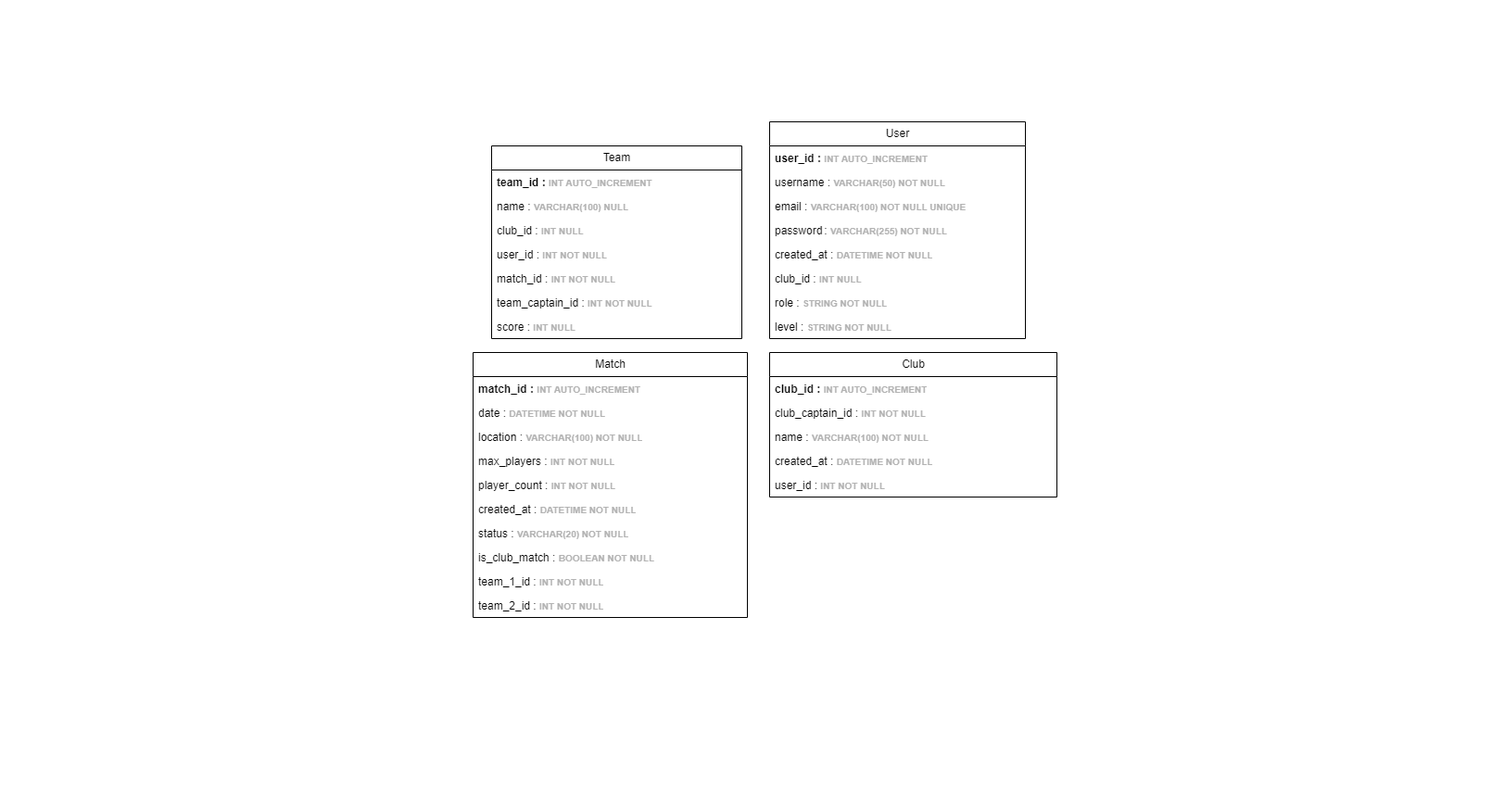
The draw.io diagram MPD.drawio.png in Mathistrg/Styx, before a commit. Source tidied: cells renumbered, new cells last; positions are measured from the earlier drawing's top-left corner, leaving out a move shared by most shapes.
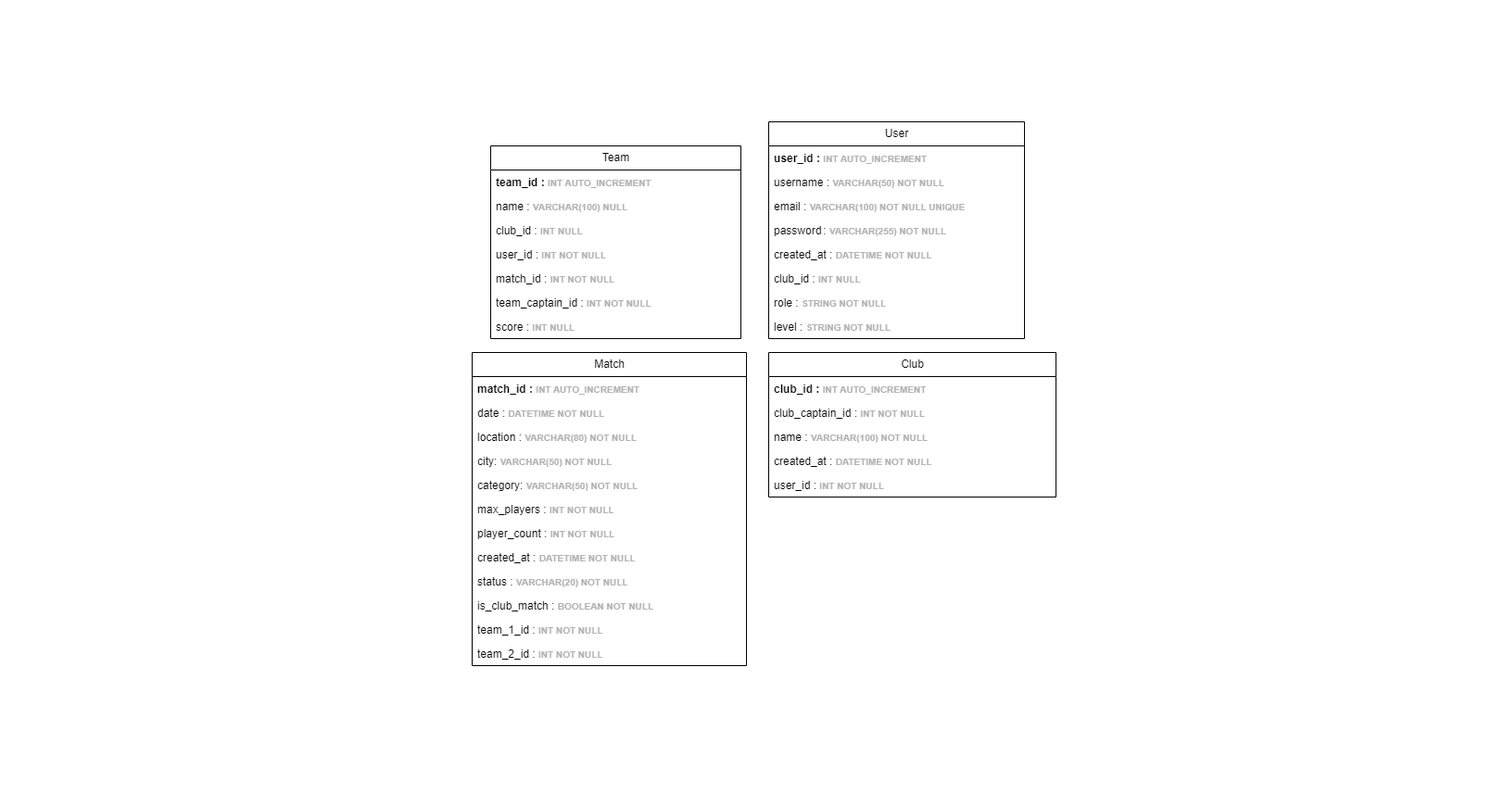
The same diagram one commit later.

Commit message:
Mettre à jour MPD.drawio.png

The edit, as a diff of the source:
```diff
@@ -33,7 +33,7 @@
       <mxGeometry y="208" width="276" height="26" as="geometry" />
     </mxCell>
     <mxCell id="12" value="Match" style="swimlane;fontStyle=0;horizontal=1;startSize=26;fillColor=none;html=1;" parent="1" vertex="1">
-      <mxGeometry x="510" y="380" width="296" height="286" as="geometry" />
+      <mxGeometry x="510" y="380" width="296" height="338" as="geometry" />
     </mxCell>
     <mxCell id="13" value="&lt;b&gt;match_id : &lt;/b&gt;&lt;b style=&quot;color: rgb(179, 179, 179); font-size: 10px;&quot;&gt;INT AUTO_INCREMENT&lt;/b&gt;" style="text;strokeColor=none;fillColor=none;align=left;verticalAlign=top;spacingLeft=4;spacingRight=4;overflow=hidden;whiteSpace=wrap;html=1;" parent="12" vertex="1">
       <mxGeometry y="26" width="296" height="26" as="geometry" />
@@ -41,29 +41,35 @@
     <mxCell id="14" value="date&lt;span style=&quot;white-space: pre;&quot;&gt;&#9;&lt;/span&gt;:&amp;nbsp;&lt;b style=&quot;color: rgb(179, 179, 179); font-size: 10px;&quot;&gt;DATETIME NOT NULL&lt;/b&gt;" style="text;strokeColor=none;fillColor=none;align=left;verticalAlign=top;spacingLeft=4;spacingRight=4;overflow=hidden;whiteSpace=wrap;html=1;" parent="12" vertex="1">
       <mxGeometry y="52" width="296" height="26" as="geometry" />
     </mxCell>
-    <mxCell id="15" value="location :&amp;nbsp;&lt;b style=&quot;color: rgb(179, 179, 179); font-size: 10px;&quot;&gt;VARCHAR(100) NOT NULL&lt;/b&gt;" style="text;strokeColor=none;fillColor=none;align=left;verticalAlign=top;spacingLeft=4;spacingRight=4;overflow=hidden;whiteSpace=wrap;html=1;" parent="12" vertex="1">
+    <mxCell id="15" value="location :&amp;nbsp;&lt;b style=&quot;color: rgb(179, 179, 179); font-size: 10px;&quot;&gt;VARCHAR(80) NOT NULL&lt;/b&gt;" style="text;strokeColor=none;fillColor=none;align=left;verticalAlign=top;spacingLeft=4;spacingRight=4;overflow=hidden;whiteSpace=wrap;html=1;" parent="12" vertex="1">
       <mxGeometry y="78" width="296" height="26" as="geometry" />
     </mxCell>
+    <mxCell id="37" value="city:&amp;nbsp;&lt;b style=&quot;color: rgb(179, 179, 179); font-size: 10px;&quot;&gt;VARCHAR(50) NOT NULL&lt;/b&gt;" style="text;strokeColor=none;fillColor=none;align=left;verticalAlign=top;spacingLeft=4;spacingRight=4;overflow=hidden;whiteSpace=wrap;html=1;" parent="12" vertex="1">
+      <mxGeometry y="104" width="296" height="26" as="geometry" />
+    </mxCell>
+    <mxCell id="38" value="category:&amp;nbsp;&lt;b style=&quot;color: rgb(179, 179, 179); font-size: 10px;&quot;&gt;VARCHAR(50) NOT NULL&lt;/b&gt;" style="text;strokeColor=none;fillColor=none;align=left;verticalAlign=top;spacingLeft=4;spacingRight=4;overflow=hidden;whiteSpace=wrap;html=1;" parent="12" vertex="1">
+      <mxGeometry y="130" width="296" height="26" as="geometry" />
+    </mxCell>
     <mxCell id="16" value="max_players :&amp;nbsp;&lt;b style=&quot;color: rgb(179, 179, 179); font-size: 10px;&quot;&gt;INT NOT NULL&lt;/b&gt;" style="text;strokeColor=none;fillColor=none;align=left;verticalAlign=top;spacingLeft=4;spacingRight=4;overflow=hidden;whiteSpace=wrap;html=1;" parent="12" vertex="1">
-      <mxGeometry y="104" width="296" height="26" as="geometry" />
+      <mxGeometry y="156" width="296" height="26" as="geometry" />
     </mxCell>
     <mxCell id="17" value="player_count :&amp;nbsp;&lt;b style=&quot;color: rgb(179, 179, 179); font-size: 10px;&quot;&gt;INT NOT NULL&lt;/b&gt;" style="text;strokeColor=none;fillColor=none;align=left;verticalAlign=top;spacingLeft=4;spacingRight=4;overflow=hidden;whiteSpace=wrap;html=1;" parent="12" vertex="1">
-      <mxGeometry y="130" width="296" height="26" as="geometry" />
+      <mxGeometry y="182" width="296" height="26" as="geometry" />
     </mxCell>
     <mxCell id="18" value="created_at :&amp;nbsp;&lt;b style=&quot;color: rgb(179, 179, 179); font-size: 10px;&quot;&gt;DATETIME NOT NULL&lt;/b&gt;" style="text;strokeColor=none;fillColor=none;align=left;verticalAlign=top;spacingLeft=4;spacingRight=4;overflow=hidden;whiteSpace=wrap;html=1;" parent="12" vertex="1">
-      <mxGeometry y="156" width="296" height="26" as="geometry" />
+      <mxGeometry y="208" width="296" height="26" as="geometry" />
     </mxCell>
     <mxCell id="19" value="status :&amp;nbsp;&lt;b style=&quot;color: rgb(179, 179, 179); font-size: 10px;&quot;&gt;VARCHAR(20) NOT NULL&lt;/b&gt;" style="text;strokeColor=none;fillColor=none;align=left;verticalAlign=top;spacingLeft=4;spacingRight=4;overflow=hidden;whiteSpace=wrap;html=1;" parent="12" vertex="1">
-      <mxGeometry y="182" width="296" height="26" as="geometry" />
+      <mxGeometry y="234" width="296" height="26" as="geometry" />
     </mxCell>
     <mxCell id="20" value="is_club_match :&amp;nbsp;&lt;b style=&quot;color: rgb(179, 179, 179); font-size: 10px;&quot;&gt;BOOLEAN NOT NULL&lt;/b&gt;&lt;span style=&quot;white-space: pre;&quot;&gt;&#9;&lt;/span&gt;&lt;span style=&quot;white-space: pre;&quot;&gt;&#9;&lt;/span&gt;&lt;span style=&quot;white-space: pre;&quot;&gt;&#9;&lt;/span&gt;" style="text;strokeColor=none;fillColor=none;align=left;verticalAlign=top;spacingLeft=4;spacingRight=4;overflow=hidden;whiteSpace=wrap;html=1;" parent="12" vertex="1">
-      <mxGeometry y="208" width="296" height="26" as="geometry" />
+      <mxGeometry y="260" width="296" height="26" as="geometry" />
     </mxCell>
     <mxCell id="21" value="team_1_id : &lt;b style=&quot;color: rgb(179, 179, 179); font-size: 10px;&quot;&gt;INT NOT NULL&lt;/b&gt;" style="text;strokeColor=none;fillColor=none;align=left;verticalAlign=top;spacingLeft=4;spacingRight=4;overflow=hidden;whiteSpace=wrap;html=1;" parent="12" vertex="1">
-      <mxGeometry y="234" width="296" height="26" as="geometry" />
+      <mxGeometry y="286" width="296" height="26" as="geometry" />
     </mxCell>
     <mxCell id="22" value="team_2_id : &lt;b style=&quot;color: rgb(179, 179, 179); font-size: 10px;&quot;&gt;INT NOT NULL&lt;/b&gt;" style="text;strokeColor=none;fillColor=none;align=left;verticalAlign=top;spacingLeft=4;spacingRight=4;overflow=hidden;whiteSpace=wrap;html=1;" parent="12" vertex="1">
-      <mxGeometry y="260" width="296" height="26" as="geometry" />
+      <mxGeometry y="312" width="296" height="26" as="geometry" />
     </mxCell>
     <mxCell id="23" value="Club" style="swimlane;fontStyle=0;horizontal=1;startSize=26;fillColor=none;html=1;" parent="1" vertex="1">
       <mxGeometry x="830" y="380" width="310" height="156" as="geometry" />
```
